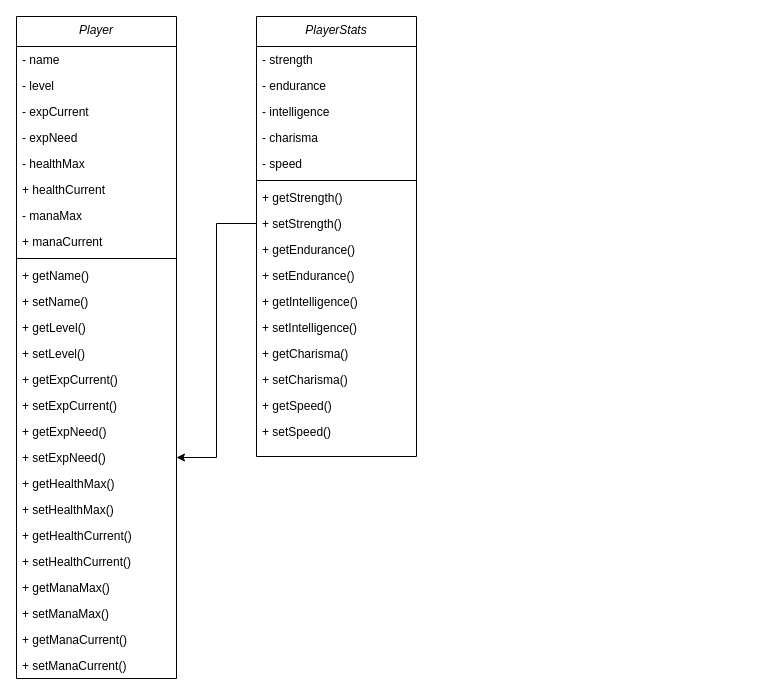
Before: Untitled Diagram.drawio in chris-ac-malone/the-crucible-skull, a draw.io diagram. Source tidied: cells renumbered, new cells numbered last; positions are measured from the earlier drawing's top-left corner, leaving out a move shared by most shapes. Both pictures are drawn from the tidied source at 100%, with x=0, y=0 at pixel (16, 16).
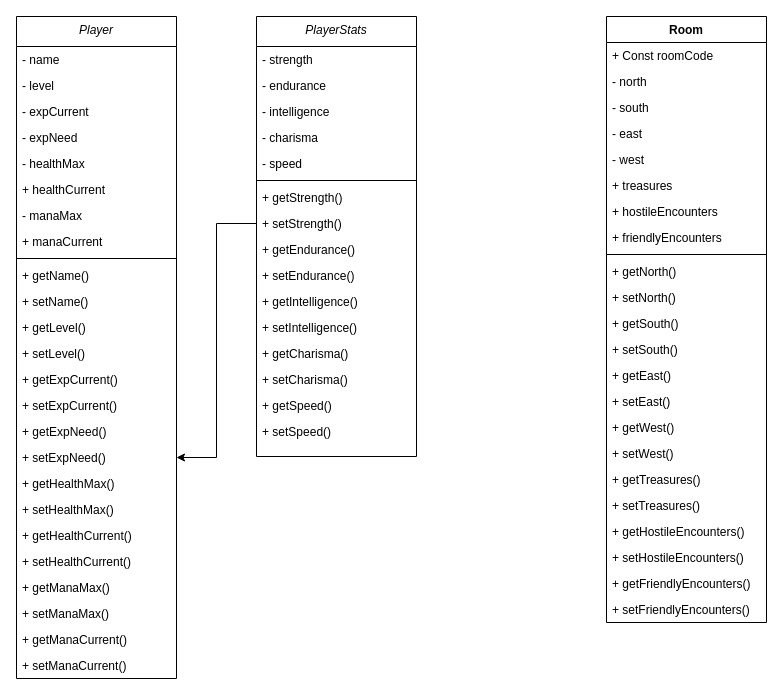
The same page after the edit.

Commit message:
Added Room Class

The edit, as a diff of the source:
```diff
@@
+    <mxCell id="46" value="Room" style="swimlane;fontStyle=1;align=center;verticalAlign=top;horizontal=1;startSize=26;" parent="1" vertex="1">
+      <mxGeometry x="590" width="160" height="606" as="geometry" />
+    </mxCell>
+    <mxCell id="47" value="+ Const roomCode" style="text;strokeColor=none;fillColor=none;align=left;verticalAlign=top;spacingLeft=4;spacingRight=4;overflow=hidden;" parent="46" vertex="1">
+      <mxGeometry y="26" width="160" height="26" as="geometry" />
+    </mxCell>
+    <mxCell id="48" value="- north" style="text;strokeColor=none;fillColor=none;align=left;verticalAlign=top;spacingLeft=4;spacingRight=4;overflow=hidden;" parent="46" vertex="1">
+      <mxGeometry y="52" width="160" height="26" as="geometry" />
+    </mxCell>
+    <mxCell id="49" value="- south" style="text;strokeColor=none;fillColor=none;align=left;verticalAlign=top;spacingLeft=4;spacingRight=4;overflow=hidden;" parent="46" vertex="1">
+      <mxGeometry y="78" width="160" height="26" as="geometry" />
+    </mxCell>
+    <mxCell id="50" value="- east" style="text;strokeColor=none;fillColor=none;align=left;verticalAlign=top;spacingLeft=4;spacingRight=4;overflow=hidden;" parent="46" vertex="1">
+      <mxGeometry y="104" width="160" height="26" as="geometry" />
+    </mxCell>
+    <mxCell id="51" value="- west" style="text;strokeColor=none;fillColor=none;align=left;verticalAlign=top;spacingLeft=4;spacingRight=4;overflow=hidden;" parent="46" vertex="1">
+      <mxGeometry y="130" width="160" height="26" as="geometry" />
+    </mxCell>
+    <mxCell id="52" value="+ treasures" style="text;strokeColor=none;fillColor=none;align=left;verticalAlign=top;spacingLeft=4;spacingRight=4;overflow=hidden;" parent="46" vertex="1">
+      <mxGeometry y="156" width="160" height="26" as="geometry" />
+    </mxCell>
+    <mxCell id="53" value="+ hostileEncounters" style="text;strokeColor=none;fillColor=none;align=left;verticalAlign=top;spacingLeft=4;spacingRight=4;overflow=hidden;" parent="46" vertex="1">
+      <mxGeometry y="182" width="160" height="26" as="geometry" />
+    </mxCell>
+    <mxCell id="54" value="+ friendlyEncounters" style="text;strokeColor=none;fillColor=none;align=left;verticalAlign=top;spacingLeft=4;spacingRight=4;overflow=hidden;" parent="46" vertex="1">
+      <mxGeometry y="208" width="160" height="26" as="geometry" />
+    </mxCell>
+    <mxCell id="55" style="line;strokeWidth=1;fillColor=none;align=left;verticalAlign=middle;spacingTop=-1;spacingLeft=3;spacingRight=3;labelPosition=right;" parent="46" vertex="1">
+      <mxGeometry y="234" width="160" height="8" as="geometry" />
+    </mxCell>
+    <mxCell id="56" value="+ getNorth()" style="text;strokeColor=none;fillColor=none;align=left;verticalAlign=top;spacingLeft=4;spacingRight=4;overflow=hidden;" parent="46" vertex="1">
+      <mxGeometry y="242" width="160" height="26" as="geometry" />
+    </mxCell>
+    <mxCell id="57" value="+ setNorth()" style="text;strokeColor=none;fillColor=none;align=left;verticalAlign=top;spacingLeft=4;spacingRight=4;overflow=hidden;" parent="46" vertex="1">
+      <mxGeometry y="268" width="160" height="26" as="geometry" />
+    </mxCell>
+    <mxCell id="58" value="+ getSouth()" style="text;strokeColor=none;fillColor=none;align=left;verticalAlign=top;spacingLeft=4;spacingRight=4;overflow=hidden;" parent="46" vertex="1">
+      <mxGeometry y="294" width="160" height="26" as="geometry" />
+    </mxCell>
+    <mxCell id="59" value="+ setSouth()" style="text;strokeColor=none;fillColor=none;align=left;verticalAlign=top;spacingLeft=4;spacingRight=4;overflow=hidden;" parent="46" vertex="1">
+      <mxGeometry y="320" width="160" height="26" as="geometry" />
+    </mxCell>
+    <mxCell id="60" value="+ getEast()" style="text;strokeColor=none;fillColor=none;align=left;verticalAlign=top;spacingLeft=4;spacingRight=4;overflow=hidden;" parent="46" vertex="1">
+      <mxGeometry y="346" width="160" height="26" as="geometry" />
+    </mxCell>
+    <mxCell id="61" value="+ setEast()" style="text;strokeColor=none;fillColor=none;align=left;verticalAlign=top;spacingLeft=4;spacingRight=4;overflow=hidden;" parent="46" vertex="1">
+      <mxGeometry y="372" width="160" height="26" as="geometry" />
+    </mxCell>
+    <mxCell id="62" value="+ getWest()" style="text;strokeColor=none;fillColor=none;align=left;verticalAlign=top;spacingLeft=4;spacingRight=4;overflow=hidden;" parent="46" vertex="1">
+      <mxGeometry y="398" width="160" height="26" as="geometry" />
+    </mxCell>
+    <mxCell id="63" value="+ setWest()" style="text;strokeColor=none;fillColor=none;align=left;verticalAlign=top;spacingLeft=4;spacingRight=4;overflow=hidden;" parent="46" vertex="1">
+      <mxGeometry y="424" width="160" height="26" as="geometry" />
+    </mxCell>
+    <mxCell id="64" value="+ getTreasures()" style="text;strokeColor=none;fillColor=none;align=left;verticalAlign=top;spacingLeft=4;spacingRight=4;overflow=hidden;" parent="46" vertex="1">
+      <mxGeometry y="450" width="160" height="26" as="geometry" />
+    </mxCell>
+    <mxCell id="65" value="+ setTreasures()" style="text;strokeColor=none;fillColor=none;align=left;verticalAlign=top;spacingLeft=4;spacingRight=4;overflow=hidden;" parent="46" vertex="1">
+      <mxGeometry y="476" width="160" height="26" as="geometry" />
+    </mxCell>
+    <mxCell id="66" value="+ getHostileEncounters()" style="text;strokeColor=none;fillColor=none;align=left;verticalAlign=top;spacingLeft=4;spacingRight=4;overflow=hidden;" parent="46" vertex="1">
+      <mxGeometry y="502" width="160" height="26" as="geometry" />
+    </mxCell>
+    <mxCell id="67" value="+ setHostileEncounters()" style="text;strokeColor=none;fillColor=none;align=left;verticalAlign=top;spacingLeft=4;spacingRight=4;overflow=hidden;" parent="46" vertex="1">
+      <mxGeometry y="528" width="160" height="26" as="geometry" />
+    </mxCell>
+    <mxCell id="68" value="+ getFriendlyEncounters()" style="text;strokeColor=none;fillColor=none;align=left;verticalAlign=top;spacingLeft=4;spacingRight=4;overflow=hidden;" parent="46" vertex="1">
+      <mxGeometry y="554" width="160" height="26" as="geometry" />
+    </mxCell>
+    <mxCell id="69" value="+ setFriendlyEncounters()" style="text;strokeColor=none;fillColor=none;align=left;verticalAlign=top;spacingLeft=4;spacingRight=4;overflow=hidden;" parent="46" vertex="1">
+      <mxGeometry y="580" width="160" height="26" as="geometry" />
+    </mxCell>
```
